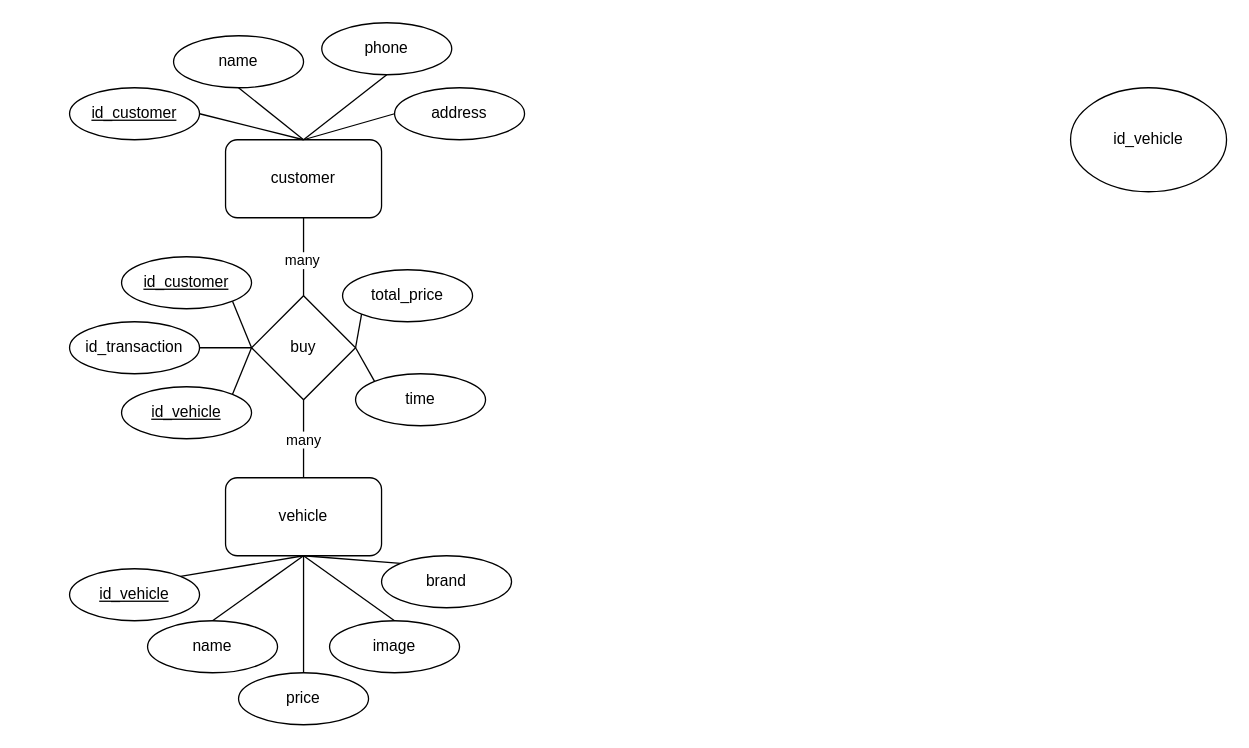
Earlier version of the draw.io diagram Untitled Diagram.drawio (oniit/game). Source tidied: cells renumbered, new cells numbered last; positions are measured from the earlier drawing's top-left corner, leaving out a move shared by most shapes. Both pictures are drawn from the tidied source at 130%, with x=0, y=0 at pixel (69, 22).
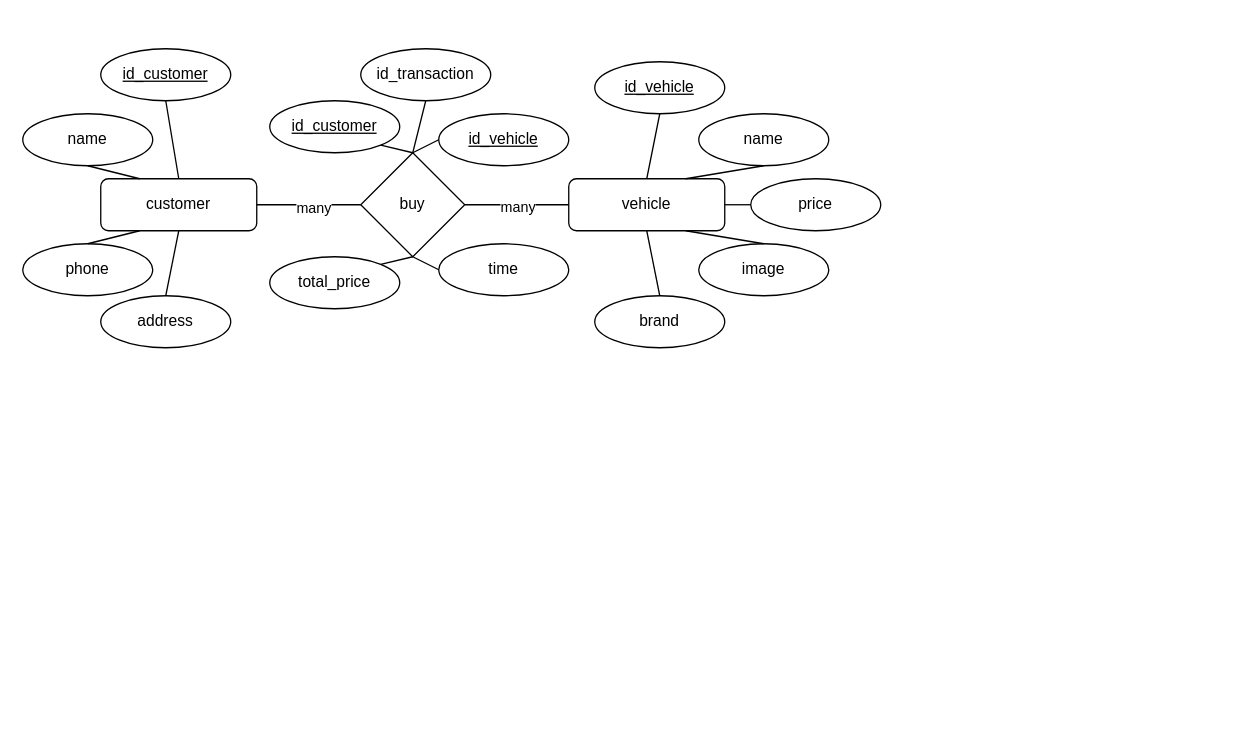
Above is the later version.

Diff of the diagram source:
```diff
@@
     <mxCell id="2" value="customer" style="rounded=1;whiteSpace=wrap;html=1;" parent="1" vertex="1">
-      <mxGeometry x="120" y="90" width="120" height="60" as="geometry" />
+      <mxGeometry x="24" y="120" width="120" height="40" as="geometry" />
     </mxCell>
     <mxCell id="3" value="buy" style="rhombus;whiteSpace=wrap;html=1;" parent="1" vertex="1">
-      <mxGeometry x="140" y="210" width="80" height="80" as="geometry" />
+      <mxGeometry x="224" y="100" width="80" height="80" as="geometry" />
     </mxCell>
     <mxCell id="4" value="vehicle" style="rounded=1;whiteSpace=wrap;html=1;" parent="1" vertex="1">
-      <mxGeometry x="120" y="350" width="120" height="60" as="geometry" />
+      <mxGeometry x="384" y="120" width="120" height="40" as="geometry" />
     </mxCell>
     <mxCell id="5" value="name" style="ellipse;whiteSpace=wrap;html=1;" parent="1" vertex="1">
-      <mxGeometry x="80" y="10" width="100" height="40" as="geometry" />
+      <mxGeometry x="-36" y="70" width="100" height="40" as="geometry" />
     </mxCell>
     <mxCell id="6" value="address" style="ellipse;whiteSpace=wrap;html=1;" parent="1" vertex="1">
-      <mxGeometry x="250" y="50" width="100" height="40" as="geometry" />
+      <mxGeometry x="24" y="210" width="100" height="40" as="geometry" />
     </mxCell>
-    <mxCell id="7" style="endArrow=none;html=1;rounded=0;exitX=0.5;exitY=0;exitDx=0;exitDy=0;entryX=0.5;entryY=1;entryDx=0;entryDy=0;" parent="1" edge="1" source="2" target="5">
+    <mxCell id="7" style="endArrow=none;html=1;rounded=0;entryX=0.5;entryY=1;entryDx=0;entryDy=0;exitX=0.25;exitY=0;exitDx=0;exitDy=0;" parent="1" edge="1" source="2" target="5">
       <mxGeometry relative="1" as="geometry" />
     </mxCell>
-    <mxCell id="8" style="endArrow=none;html=1;rounded=0;exitX=0;exitY=0.5;exitDx=0;exitDy=0;entryX=0.5;entryY=0;entryDx=0;entryDy=0;" parent="1" edge="1" source="6" target="2">
+    <mxCell id="8" style="endArrow=none;html=1;rounded=0;exitX=0.5;exitY=0;exitDx=0;exitDy=0;entryX=0.5;entryY=1;entryDx=0;entryDy=0;" parent="1" edge="1" source="6" target="2">
       <mxGeometry relative="1" as="geometry" />
     </mxCell>
-    <mxCell id="9" style="endArrow=none;html=1;rounded=0;entryX=0.5;entryY=0;entryDx=0;entryDy=0;exitX=0.5;exitY=1;exitDx=0;exitDy=0;" parent="1" edge="1" source="2" target="3">
+    <mxCell id="9" style="endArrow=none;html=1;rounded=0;entryX=0;entryY=0.5;entryDx=0;entryDy=0;exitX=1;exitY=0.5;exitDx=0;exitDy=0;" parent="1" edge="1" source="2" target="3">
       <mxGeometry relative="1" as="geometry" />
     </mxCell>
@@
-    <mxCell id="11" style="endArrow=none;html=1;rounded=0;entryX=0.5;entryY=0;entryDx=0;entryDy=0;exitX=0.5;exitY=1;exitDx=0;exitDy=0;" parent="1" edge="1" source="3" target="4">
-      <mxGeometry relative="1" as="geometry" />
-    </mxCell>
-    <mxCell id="12" value="many" style="edgeLabel;html=1;align=center;verticalAlign=middle;" parent="11" vertex="1">
-      <mxGeometry y="-1" relative="1" as="geometry" />
-    </mxCell>
     <mxCell id="13" value="name" style="ellipse;whiteSpace=wrap;html=1;" parent="1" vertex="1">
-      <mxGeometry x="60" y="460" width="100" height="40" as="geometry" />
+      <mxGeometry x="484" y="70" width="100" height="40" as="geometry" />
     </mxCell>
     <mxCell id="14" value="brand" style="ellipse;whiteSpace=wrap;html=1;" parent="1" vertex="1">
-      <mxGeometry x="240" y="410" width="100" height="40" as="geometry" />
+      <mxGeometry x="404" y="210" width="100" height="40" as="geometry" />
     </mxCell>
-    <mxCell id="15" style="endArrow=none;html=1;rounded=0;exitX=0.5;exitY=1;exitDx=0;exitDy=0;entryX=0.5;entryY=0;entryDx=0;entryDy=0;" parent="1" edge="1" source="4" target="13">
+    <mxCell id="15" style="endArrow=none;html=1;rounded=0;exitX=0.75;exitY=0;exitDx=0;exitDy=0;entryX=0.5;entryY=1;entryDx=0;entryDy=0;" parent="1" edge="1" source="4" target="13">
       <mxGeometry relative="1" as="geometry" />
     </mxCell>
-    <mxCell id="16" style="endArrow=none;html=1;rounded=0;entryX=0.5;entryY=1;entryDx=0;entryDy=0;exitX=0;exitY=0;exitDx=0;exitDy=0;" parent="1" edge="1" source="14" target="4">
+    <mxCell id="16" style="endArrow=none;html=1;rounded=0;entryX=0.5;entryY=1;entryDx=0;entryDy=0;exitX=0.5;exitY=0;exitDx=0;exitDy=0;" parent="1" edge="1" source="14" target="4">
       <mxGeometry relative="1" as="geometry" />
     </mxCell>
     <mxCell id="17" value="id_customer" style="ellipse;whiteSpace=wrap;html=1;fontStyle=4;" parent="1" vertex="1">
-      <mxGeometry y="50" width="100" height="40" as="geometry" />
+      <mxGeometry x="24" y="20" width="100" height="40" as="geometry" />
     </mxCell>
     <mxCell id="18" value="id_vehicle" style="ellipse;whiteSpace=wrap;html=1;fontStyle=4;" parent="1" vertex="1">
-      <mxGeometry y="420" width="100" height="40" as="geometry" />
+      <mxGeometry x="404" y="30" width="100" height="40" as="geometry" />
     </mxCell>
     <mxCell id="19" value="id_customer" style="ellipse;whiteSpace=wrap;html=1;fontStyle=4;" parent="1" vertex="1">
-      <mxGeometry x="40" y="180" width="100" height="40" as="geometry" />
+      <mxGeometry x="154" y="60" width="100" height="40" as="geometry" />
     </mxCell>
-    <mxCell id="20" value="id_vehicle" style="ellipse;whiteSpace=wrap;html=1;" parent="1" vertex="1">
-      <mxGeometry x="770" y="50" width="120" height="80" as="geometry" />
-    </mxCell>
-    <mxCell id="21" style="endArrow=none;html=1;rounded=0;exitX=0.5;exitY=0;exitDx=0;exitDy=0;entryX=1;entryY=0.5;entryDx=0;entryDy=0;" parent="1" edge="1" source="2" target="17">
+    <mxCell id="21" style="endArrow=none;html=1;rounded=0;entryX=0.5;entryY=1;entryDx=0;entryDy=0;exitX=0.5;exitY=0;exitDx=0;exitDy=0;" parent="1" edge="1" source="2" target="17">
       <mxGeometry relative="1" as="geometry" />
     </mxCell>
-    <mxCell id="22" style="endArrow=none;html=1;rounded=0;entryX=1;entryY=0;entryDx=0;entryDy=0;exitX=0.5;exitY=1;exitDx=0;exitDy=0;" parent="1" edge="1" source="4" target="18">
+    <mxCell id="22" style="endArrow=none;html=1;rounded=0;entryX=0.5;entryY=1;entryDx=0;entryDy=0;exitX=0.5;exitY=0;exitDx=0;exitDy=0;" parent="1" edge="1" source="4" target="18">
       <mxGeometry relative="1" as="geometry" />
     </mxCell>
     <mxCell id="23" value="id_vehicle" style="ellipse;whiteSpace=wrap;html=1;fontStyle=4;" parent="1" vertex="1">
-      <mxGeometry x="40" y="280" width="100" height="40" as="geometry" />
+      <mxGeometry x="284" y="70" width="100" height="40" as="geometry" />
     </mxCell>
-    <mxCell id="24" style="endArrow=none;html=1;rounded=0;entryX=0;entryY=0.5;entryDx=0;entryDy=0;exitX=1;exitY=1;exitDx=0;exitDy=0;" parent="1" edge="1" source="19" target="3">
+    <mxCell id="24" style="endArrow=none;html=1;rounded=0;exitX=1;exitY=1;exitDx=0;exitDy=0;entryX=0.5;entryY=0;entryDx=0;entryDy=0;" parent="1" edge="1" source="19" target="3">
       <mxGeometry relative="1" as="geometry" />
     </mxCell>
-    <mxCell id="25" style="endArrow=none;html=1;rounded=0;exitX=0;exitY=0.5;exitDx=0;exitDy=0;entryX=1;entryY=0;entryDx=0;entryDy=0;" parent="1" edge="1" source="3" target="23">
+    <mxCell id="25" style="endArrow=none;html=1;rounded=0;exitX=0.5;exitY=0;exitDx=0;exitDy=0;entryX=0;entryY=0.5;entryDx=0;entryDy=0;" parent="1" edge="1" source="3" target="23">
       <mxGeometry relative="1" as="geometry" />
     </mxCell>
     <mxCell id="26" value="id_transaction" style="ellipse;whiteSpace=wrap;html=1;" parent="1" vertex="1">
-      <mxGeometry y="230" width="100" height="40" as="geometry" />
+      <mxGeometry x="224" y="20" width="100" height="40" as="geometry" />
     </mxCell>
     <mxCell id="27" value="time" style="ellipse;whiteSpace=wrap;html=1;" parent="1" vertex="1">
-      <mxGeometry x="220" y="270" width="100" height="40" as="geometry" />
+      <mxGeometry x="284" y="170" width="100" height="40" as="geometry" />
     </mxCell>
-    <mxCell id="28" style="endArrow=none;html=1;rounded=0;exitX=1;exitY=0.5;exitDx=0;exitDy=0;entryX=0;entryY=0.5;entryDx=0;entryDy=0;" parent="1" edge="1" source="26" target="3">
+    <mxCell id="28" style="endArrow=none;html=1;rounded=0;exitX=0.5;exitY=1;exitDx=0;exitDy=0;entryX=0.5;entryY=0;entryDx=0;entryDy=0;" parent="1" edge="1" source="26" target="3">
       <mxGeometry relative="1" as="geometry" />
     </mxCell>
-    <mxCell id="29" style="endArrow=none;html=1;rounded=0;exitX=1;exitY=0.5;exitDx=0;exitDy=0;entryX=0;entryY=0;entryDx=0;entryDy=0;" parent="1" edge="1" source="3" target="27">
+    <mxCell id="29" style="endArrow=none;html=1;rounded=0;exitX=0.5;exitY=1;exitDx=0;exitDy=0;entryX=0;entryY=0.5;entryDx=0;entryDy=0;" parent="1" edge="1" source="3" target="27">
       <mxGeometry relative="1" as="geometry" />
     </mxCell>
     <mxCell id="30" value="price" style="ellipse;whiteSpace=wrap;html=1;" parent="1" vertex="1">
-      <mxGeometry x="130" y="500" width="100" height="40" as="geometry" />
+      <mxGeometry x="524" y="120" width="100" height="40" as="geometry" />
     </mxCell>
-    <mxCell id="31" style="endArrow=none;html=1;rounded=0;exitX=0.5;exitY=0;exitDx=0;exitDy=0;entryX=0.5;entryY=1;entryDx=0;entryDy=0;" parent="1" edge="1" source="30" target="4">
+    <mxCell id="31" style="endArrow=none;html=1;rounded=0;exitX=0;exitY=0.5;exitDx=0;exitDy=0;entryX=1;entryY=0.5;entryDx=0;entryDy=0;" parent="1" edge="1" source="30" target="4">
       <mxGeometry relative="1" as="geometry" />
     </mxCell>
-    <mxCell id="32" value="total_price" style="ellipse;whiteSpace=wrap;html=1;" parent="1" vertex="1">
-      <mxGeometry x="210" y="190" width="100" height="40" as="geometry" />
-    </mxCell>
-    <mxCell id="33" style="endArrow=none;html=1;rounded=0;exitX=0;exitY=1;exitDx=0;exitDy=0;" parent="1" edge="1" source="32">
-      <mxGeometry relative="1" as="geometry">
-        <mxPoint x="220" y="250" as="targetPoint" />
-      </mxGeometry>
+    <mxCell id="33" style="endArrow=none;html=1;rounded=0;exitX=1;exitY=0;exitDx=0;exitDy=0;entryX=0.5;entryY=1;entryDx=0;entryDy=0;" parent="1" edge="1" source="32" target="3">
+      <mxGeometry relative="1" as="geometry" />
     </mxCell>
     <mxCell id="34" value="phone" style="ellipse;whiteSpace=wrap;html=1;" parent="1" vertex="1">
-      <mxGeometry x="194" width="100" height="40" as="geometry" />
+      <mxGeometry x="-36" y="170" width="100" height="40" as="geometry" />
     </mxCell>
-    <mxCell id="35" style="endArrow=none;html=1;rounded=0;exitX=0.5;exitY=0;exitDx=0;exitDy=0;entryX=0.5;entryY=1;entryDx=0;entryDy=0;" parent="1" edge="1" source="2" target="34">
+    <mxCell id="35" style="endArrow=none;html=1;rounded=0;exitX=0.25;exitY=1;exitDx=0;exitDy=0;entryX=0.5;entryY=0;entryDx=0;entryDy=0;" parent="1" edge="1" source="2" target="34">
       <mxGeometry relative="1" as="geometry" />
     </mxCell>
     <mxCell id="36" value="image" style="ellipse;whiteSpace=wrap;html=1;" parent="1" vertex="1">
-      <mxGeometry x="200" y="460" width="100" height="40" as="geometry" />
+      <mxGeometry x="484" y="170" width="100" height="40" as="geometry" />
     </mxCell>
-    <mxCell id="37" style="endArrow=none;html=1;rounded=0;exitX=0.5;exitY=0;exitDx=0;exitDy=0;entryX=0.5;entryY=1;entryDx=0;entryDy=0;" parent="1" edge="1" source="36" target="4">
+    <mxCell id="37" style="endArrow=none;html=1;rounded=0;exitX=0.5;exitY=0;exitDx=0;exitDy=0;entryX=0.75;entryY=1;entryDx=0;entryDy=0;" parent="1" edge="1" source="36" target="4">
       <mxGeometry relative="1" as="geometry" />
     </mxCell>
+    <mxCell id="32" value="total_price" style="ellipse;whiteSpace=wrap;html=1;" parent="1" vertex="1">
+      <mxGeometry x="154" y="180" width="100" height="40" as="geometry" />
+    </mxCell>
+    <mxCell id="11" style="endArrow=none;html=1;rounded=0;entryX=0;entryY=0.5;entryDx=0;entryDy=0;exitX=1;exitY=0.5;exitDx=0;exitDy=0;" parent="1" edge="1" source="3" target="4">
+      <mxGeometry relative="1" as="geometry" />
+    </mxCell>
+    <mxCell id="12" value="many" style="edgeLabel;html=1;align=center;verticalAlign=middle;" parent="11" vertex="1">
+      <mxGeometry y="-1" relative="1" as="geometry" />
+    </mxCell>
```
